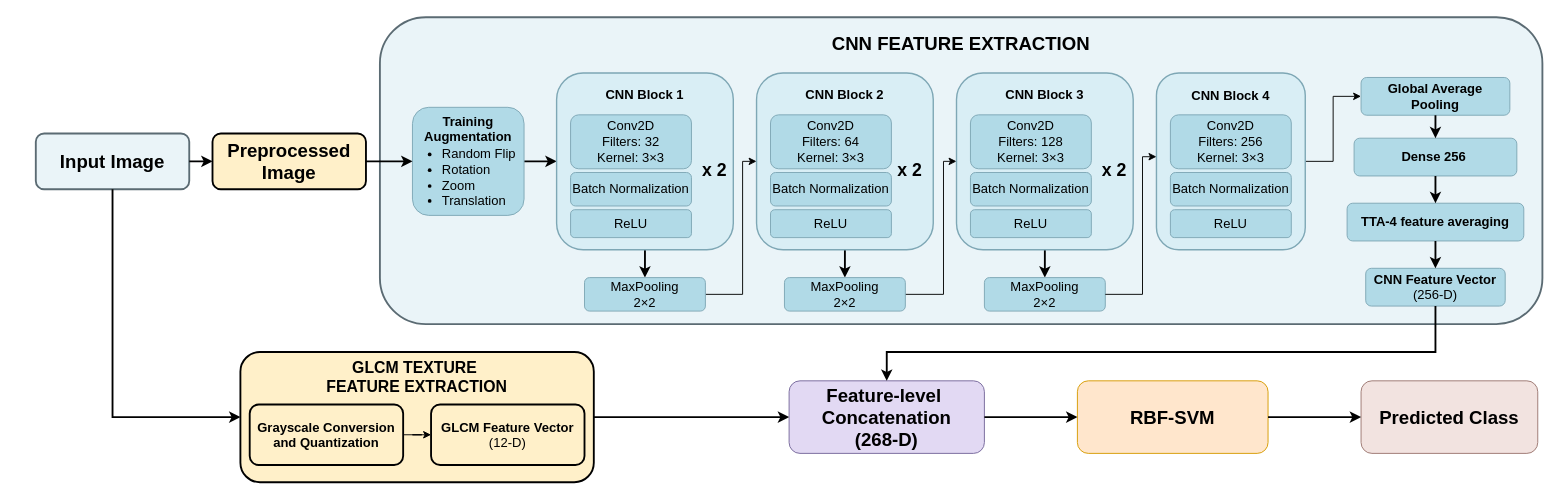
This is m8_archi.drawio from fac010150-cyber/draw_io, a draw.io file, before an edit. Source tidied: cells renumbered, new cells numbered last; positions are measured from the earlier drawing's top-left corner, leaving out a move shared by most shapes. Both pictures are drawn from the tidied source at 93%, with x=0, y=0 at pixel (35, 17).
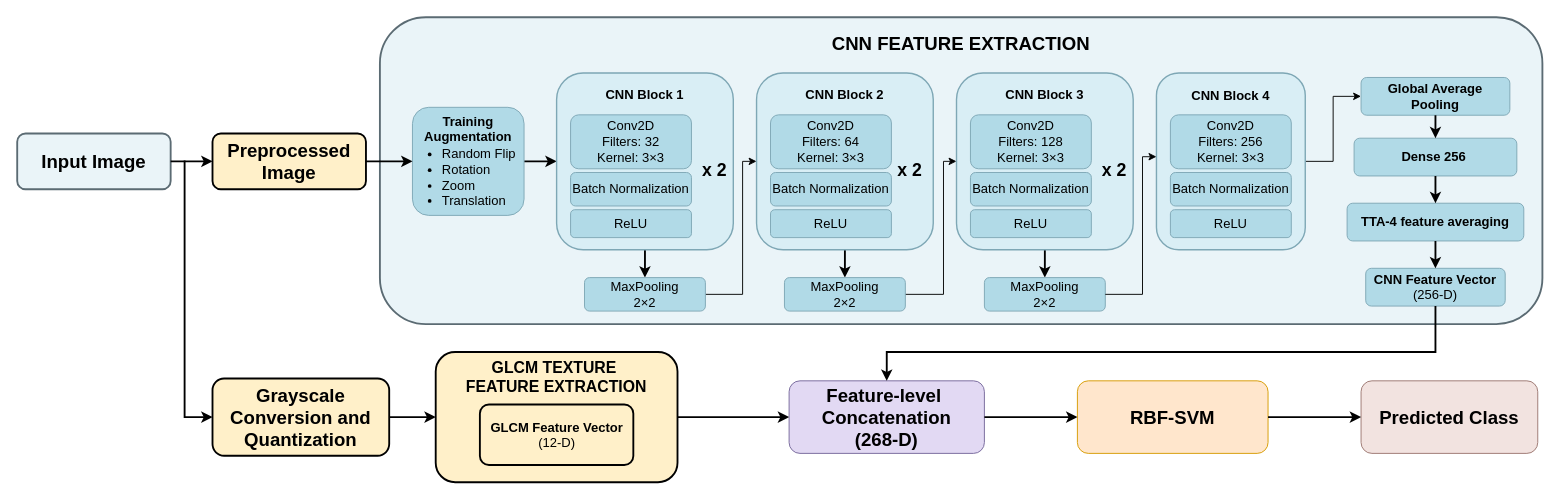
Above is the later version.

What changed in the source:
```diff
@@
     <mxCell id="2" value="&lt;span&gt;Input Image&lt;/span&gt;" style="rounded=1;whiteSpace=wrap;html=1;fillColor=#EAF4F8;strokeColor=#5B6B73;strokeWidth=2;fontSize=20;fontStyle=1;" parent="1" vertex="1">
-      <mxGeometry y="125" width="165" height="60" as="geometry" />
+      <mxGeometry x="-20" y="125" width="165" height="60" as="geometry" />
     </mxCell>
@@
     <mxCell id="12" style="rounded=1;whiteSpace=wrap;html=1;fillColor=#FFF0C9;strokeColor=light-dark(#000000, #9d885e);strokeWidth=2;" parent="1" vertex="1">
-      <mxGeometry x="220" y="360" width="380" height="140" as="geometry" />
+      <mxGeometry x="430" y="360" width="260" height="140" as="geometry" />
     </mxCell>
     <mxCell id="13" value="&lt;div&gt;&lt;b&gt;GLCM TEXTURE&amp;nbsp;&lt;/b&gt;&lt;/div&gt;&lt;div&gt;&lt;b&gt;FEATURE EXTRACTION&lt;/b&gt;&lt;/div&gt;" style="text;html=1;whiteSpace=wrap;strokeColor=none;fillColor=none;fontStyle=1;fontSize=17;align=center;" parent="1" vertex="1">
-      <mxGeometry x="300" y="361" width="220" height="30" as="geometry" />
+      <mxGeometry x="450" y="361" width="220" height="30" as="geometry" />
     </mxCell>
     <mxCell id="14" value="&lt;b&gt;GLCM Feature Vector&lt;/b&gt;&lt;br&gt;(12-D)" style="rounded=1;whiteSpace=wrap;html=1;fillColor=#FFF0C9;strokeColor=light-dark(#000000, #9d885e);strokeWidth=2;fontSize=14;" parent="1" vertex="1">
-      <mxGeometry x="425" y="416.5" width="165" height="65" as="geometry" />
+      <mxGeometry x="477.5" y="416.5" width="165" height="65" as="geometry" />
     </mxCell>
@@
-    <mxCell id="62" style="edgeStyle=none;jettySize=auto;html=1;rounded=0;exitX=0.5;exitY=1;exitDx=0;exitDy=0;entryX=0;entryY=0.5;entryDx=0;entryDy=0;curved=0;strokeWidth=2;" parent="1" edge="1" source="2" target="12">
-      <mxGeometry x="0.1" relative="1" as="geometry">
-        <Array as="points">
-          <mxPoint x="82.5" y="430" />
-        </Array>
-      </mxGeometry>
-    </mxCell>
-    <mxCell id="63" style="edgeStyle=orthogonalEdgeStyle;rounded=0;jettySize=auto;html=1;" parent="1" edge="1" source="64" target="14">
+    <mxCell id="63" style="edgeStyle=orthogonalEdgeStyle;rounded=0;jettySize=auto;html=1;strokeWidth=2;entryX=0;entryY=0.5;entryDx=0;entryDy=0;" parent="1" edge="1" source="64" target="12">
       <mxGeometry relative="1" as="geometry" />
     </mxCell>
-    <mxCell id="64" value="&lt;b&gt;Grayscale Conversion and Quantization&lt;/b&gt;" style="rounded=1;whiteSpace=wrap;html=1;fillColor=#FFF0C9;strokeColor=light-dark(#000000, #9d885e);strokeWidth=2;fontSize=14;" parent="1" vertex="1">
-      <mxGeometry x="230" y="416.5" width="165" height="65" as="geometry" />
+    <mxCell id="64" value="&lt;b&gt;Grayscale Conversion and Quantization&lt;/b&gt;" style="rounded=1;whiteSpace=wrap;html=1;fillColor=#FFF0C9;strokeColor=light-dark(#000000, #9d885e);strokeWidth=2;fontSize=20;" parent="1" vertex="1">
+      <mxGeometry x="190" y="388.5" width="190" height="83" as="geometry" />
     </mxCell>
+    <mxCell id="65" style="edgeStyle=none;jettySize=auto;html=1;rounded=0;strokeWidth=2;entryX=0;entryY=0.5;entryDx=0;entryDy=0;" parent="1" edge="1" target="64">
+      <mxGeometry x="0.13" relative="1" as="geometry">
+        <mxPoint x="160" y="154" as="sourcePoint" />
+        <Array as="points">
+          <mxPoint x="160" y="430" />
+        </Array>
+      </mxGeometry>
+    </mxCell>
```
